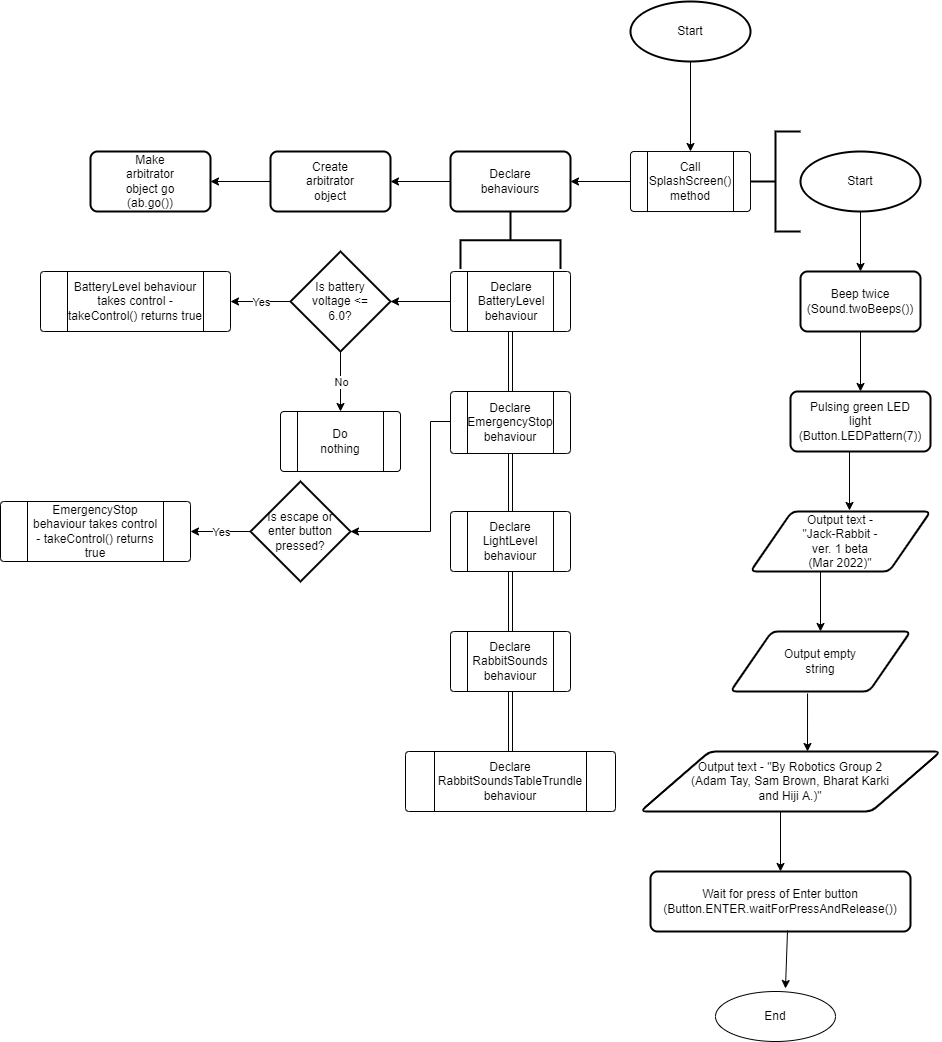
Earlier version of the draw.io export Final submission/ControlFlow.png (XLmT09/Bunny-Robot). Source tidied: cells renumbered, new cells last; positions are measured from the earlier drawing's top-left corner, leaving out a move shared by most shapes.
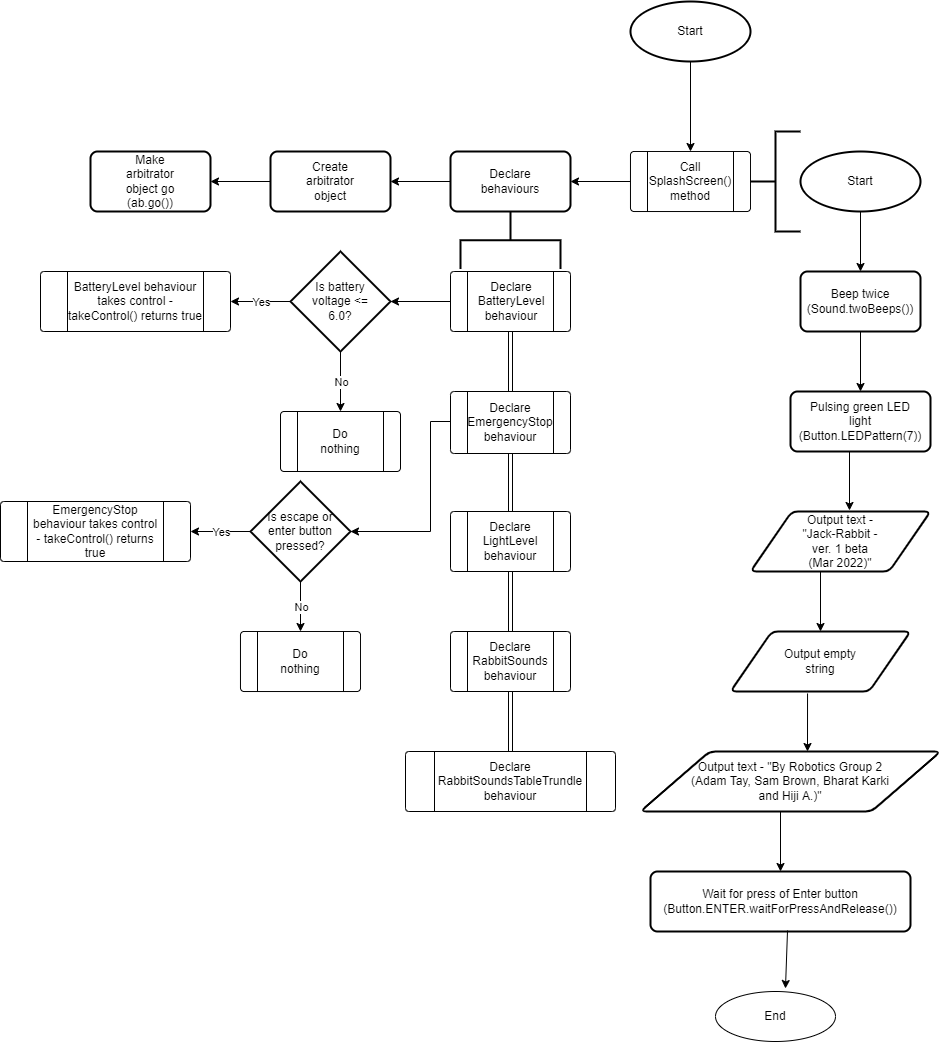
The same file after the commit.

Change to the diagram source:
```diff
@@ -263,7 +263,7 @@
       <mxGeometry x="25" y="15" width="140" height="30" as="geometry" />
     </mxCell>
     <mxCell id="84" style="group;" parent="1" vertex="1">
-      <mxGeometry x="280" y="410" width="120" height="60" as="geometry" />
+      <mxGeometry x="280" y="410" width="170" height="60" as="geometry" />
     </mxCell>
     <mxCell id="85" style="verticalLabelPosition=bottom;verticalAlign=top;html=1;shape=process;whiteSpace=wrap;rounded=1;size=0.14;arcSize=6;hachureGap=4;" parent="84" vertex="1">
       <mxGeometry width="120" height="60" as="geometry" />
@@ -307,5 +307,20 @@
     <mxCell id="95" value="EmergencyStop behaviour takes control - takeControl() returns true" style="text;strokeColor=none;fillColor=none;html=1;align=center;verticalAlign=middle;whiteSpace=wrap;rounded=0;hachureGap=4;" parent="93" vertex="1">
       <mxGeometry x="30" y="15" width="130" height="30" as="geometry" />
     </mxCell>
+    <mxCell id="96" style="endArrow=classic;html=1;rounded=0;sourcePerimeterSpacing=8;targetPerimeterSpacing=8;entryX=0.5;entryY=0;entryDx=0;entryDy=0;exitX=0.5;exitY=1;exitDx=0;exitDy=0;exitPerimeter=0;" parent="1" edge="1" source="89" target="99">
+      <mxGeometry relative="1" as="geometry" />
+    </mxCell>
+    <mxCell id="97" value="No" style="edgeLabel;html=1;align=center;verticalAlign=middle;hachureGap=4;" parent="96" vertex="1">
+      <mxGeometry relative="1" as="geometry" />
+    </mxCell>
+    <mxCell id="98" style="group;" parent="1" vertex="1">
+      <mxGeometry x="240" y="630" width="120" height="60" as="geometry" />
+    </mxCell>
+    <mxCell id="99" style="verticalLabelPosition=bottom;verticalAlign=top;html=1;shape=process;whiteSpace=wrap;rounded=1;size=0.14;arcSize=6;hachureGap=4;" parent="98" vertex="1">
+      <mxGeometry width="120" height="60" as="geometry" />
+    </mxCell>
+    <mxCell id="100" value="Do nothing" style="text;strokeColor=none;fillColor=none;html=1;align=center;verticalAlign=middle;whiteSpace=wrap;rounded=0;hachureGap=4;" parent="98" vertex="1">
+      <mxGeometry x="30" y="15" width="60" height="30" as="geometry" />
+    </mxCell>
   </root>
 </mxGraphModel>
```
